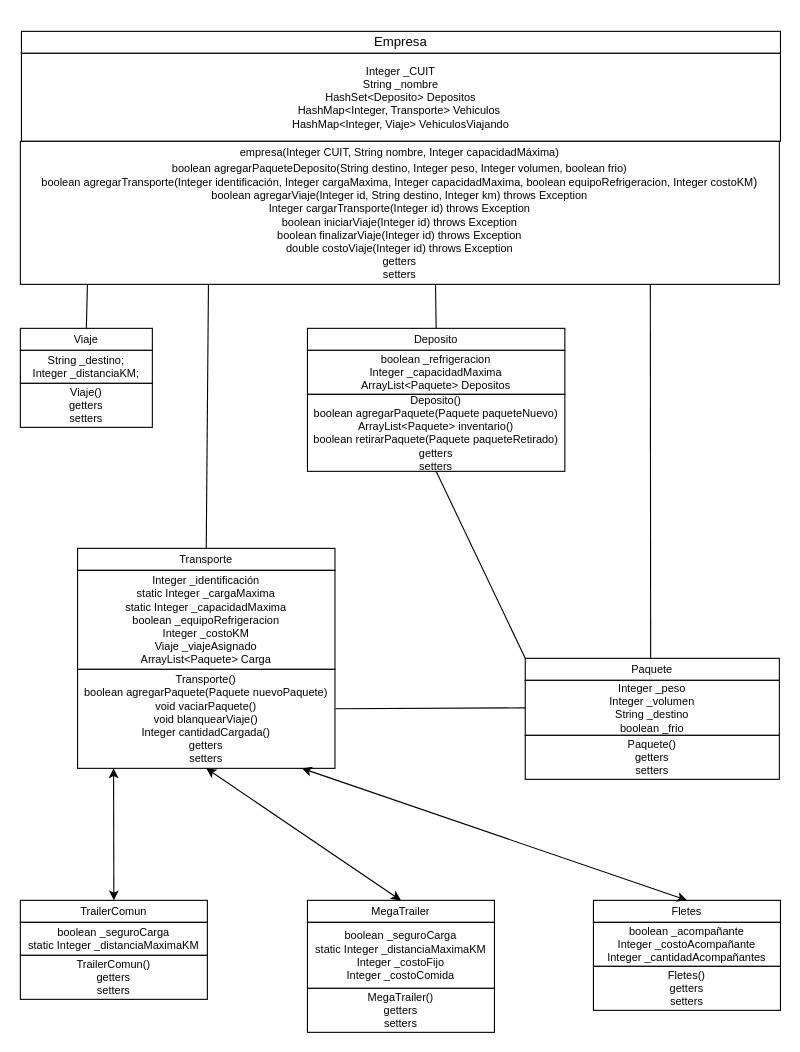
VeronAdrian/main keeps this draw.io diagram as Untitled Diagram.drawio. Above is the earlier version. Source tidied: cells renumbered, new cells numbered last; positions are measured from the earlier drawing's top-left corner, leaving out a move shared by most shapes. Both pictures are drawn from the tidied source at 110%, with x=0, y=0 at pixel (20, 31).
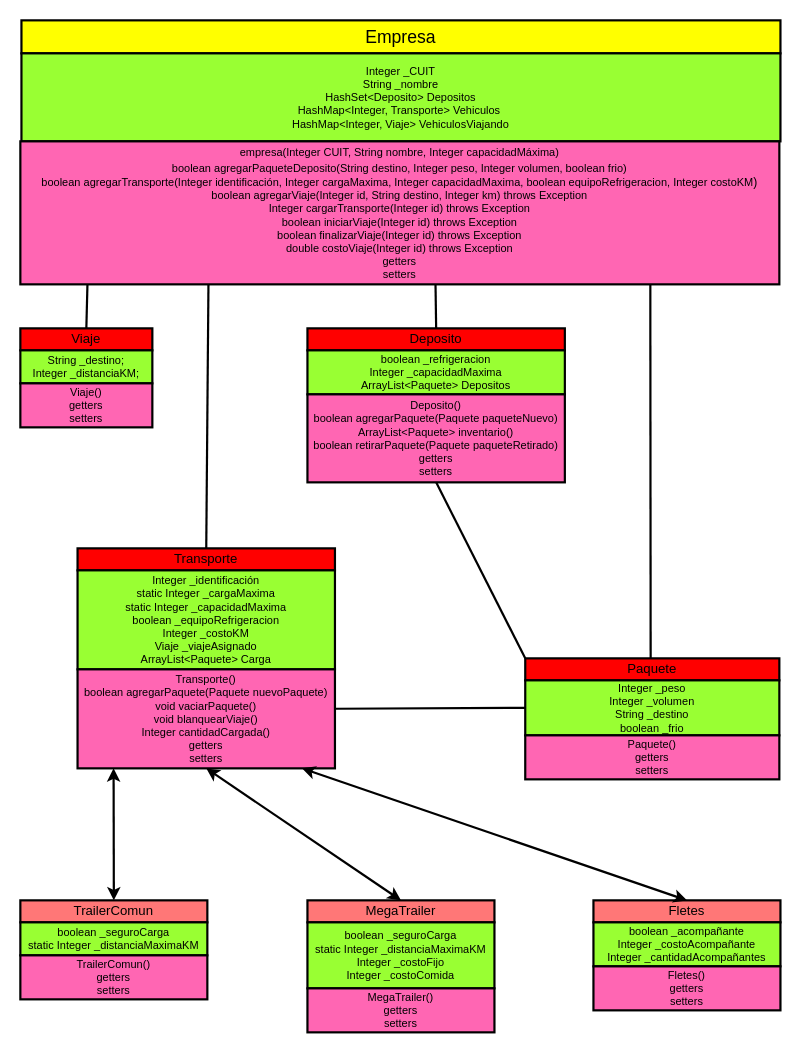
The same diagram, later.

What changed in the source:
```diff
@@
-    <mxCell id="2" value="Empresa" style="rounded=0;whiteSpace=wrap;html=1;" parent="1" vertex="1">
-      <mxGeometry x="1" width="690" height="20" as="geometry" />
+    <mxCell id="2" value="&lt;font style=&quot;font-size: 16px;&quot;&gt;Empresa&lt;/font&gt;" style="rounded=0;whiteSpace=wrap;html=1;fillColor=#FFFF00;strokeColor=default;strokeWidth=2;fontFamily=Helvetica;verticalAlign=middle;fontStyle=0;" parent="1" vertex="1">
+      <mxGeometry x="1" y="-10" width="690" height="30" as="geometry" />
     </mxCell>
-    <mxCell id="3" value="&lt;div style=&quot;font-size: 10px;&quot;&gt;&lt;font style=&quot;font-size: 10px;&quot;&gt;Integer _CUIT&lt;/font&gt;&lt;/div&gt;&lt;div style=&quot;font-size: 10px;&quot;&gt;&lt;font style=&quot;font-size: 10px;&quot;&gt;String _nombre&lt;/font&gt;&lt;/div&gt;&lt;div style=&quot;font-size: 10px;&quot;&gt;&lt;font style=&quot;font-size: 10px;&quot;&gt;&lt;span style=&quot;&quot;&gt;&#9;&lt;/span&gt;HashSet&amp;lt;Deposito&amp;gt; Depositos&lt;/font&gt;&lt;/div&gt;&lt;div style=&quot;font-size: 10px;&quot;&gt;&lt;font style=&quot;font-size: 10px;&quot;&gt;&lt;span style=&quot;&quot;&gt;&#9;&lt;/span&gt;HashMap&amp;lt;Integer, Transporte&amp;gt; Vehiculos&amp;nbsp;&lt;/font&gt;&lt;/div&gt;&lt;div style=&quot;font-size: 10px;&quot;&gt;&lt;font style=&quot;font-size: 10px;&quot;&gt;&#9;HashMap&amp;lt;Integer, Viaje&amp;gt; VehiculosViajando&lt;/font&gt;&lt;/div&gt;" style="rounded=0;whiteSpace=wrap;html=1;align=center;" parent="1" vertex="1">
+    <mxCell id="3" value="&lt;div style=&quot;font-size: 10px;&quot;&gt;&lt;font style=&quot;font-size: 10px;&quot;&gt;Integer _CUIT&lt;/font&gt;&lt;/div&gt;&lt;div style=&quot;font-size: 10px;&quot;&gt;&lt;font style=&quot;font-size: 10px;&quot;&gt;String _nombre&lt;/font&gt;&lt;/div&gt;&lt;div style=&quot;font-size: 10px;&quot;&gt;&lt;font style=&quot;font-size: 10px;&quot;&gt;&lt;span style=&quot;&quot;&gt; &lt;/span&gt;HashSet&amp;lt;Deposito&amp;gt; Depositos&lt;/font&gt;&lt;/div&gt;&lt;div style=&quot;font-size: 10px;&quot;&gt;&lt;font style=&quot;font-size: 10px;&quot;&gt;&lt;span style=&quot;&quot;&gt; &lt;/span&gt;HashMap&amp;lt;Integer, Transporte&amp;gt; Vehiculos&amp;nbsp;&lt;/font&gt;&lt;/div&gt;&lt;div style=&quot;font-size: 10px;&quot;&gt;&lt;font style=&quot;font-size: 10px;&quot;&gt; HashMap&amp;lt;Integer, Viaje&amp;gt; VehiculosViajando&lt;/font&gt;&lt;/div&gt;" style="rounded=0;whiteSpace=wrap;html=1;align=center;strokeWidth=2;fillColor=#99FF33;strokeColor=#000000;fontFamily=Helvetica;verticalAlign=middle;fontStyle=0;" parent="1" vertex="1">
       <mxGeometry x="1" y="20" width="690" height="80" as="geometry" />
     </mxCell>
-    <mxCell id="4" value="&lt;font style=&quot;font-size: 10px;&quot;&gt;&lt;span style=&quot;font-size: 10px;&quot;&gt;empresa(Integer CUIT, String nombre, Integer capacidadMáxima)&lt;/span&gt;&lt;br&gt;&lt;span style=&quot;font-size: 10px;&quot;&gt;boolean agregarPaqueteDeposito(String destino, Integer peso, Integer volumen, boolean frio)&lt;/span&gt;&lt;br&gt;&lt;div style=&quot;font-size: 10px;&quot;&gt;&lt;font style=&quot;background-color: initial;&quot;&gt;boolean agregarTransporte(Integer identificación, Integer cargaMaxima, Integer capacidadMaxima, boolean equipoRefrigeracion, Integer costoKM&lt;/font&gt;&lt;span style=&quot;background-color: initial; font-size: 11px;&quot;&gt;)&lt;/span&gt;&lt;/div&gt;&lt;div style=&quot;font-size: 10px;&quot;&gt;&lt;span style=&quot;background-color: initial;&quot;&gt;&lt;span style=&quot;&quot;&gt;boolean agregarViaje(Integer id, String destino, Integer km) throws Exception&lt;/span&gt;&lt;br&gt;&lt;/span&gt;&lt;/div&gt;&lt;div style=&quot;&quot;&gt;&lt;span style=&quot;background-color: initial;&quot;&gt;&lt;span style=&quot;&quot;&gt;Integer cargarTransporte(Integer id) throws Exception&lt;/span&gt;&lt;br&gt;&lt;/span&gt;&lt;/div&gt;&lt;div style=&quot;&quot;&gt;&lt;span style=&quot;background-color: initial;&quot;&gt;&lt;span style=&quot;&quot;&gt;boolean iniciarViaje(Integer id) throws Exception&lt;/span&gt;&lt;br&gt;&lt;/span&gt;&lt;/div&gt;&lt;div style=&quot;&quot;&gt;&lt;span style=&quot;background-color: initial;&quot;&gt;&lt;span style=&quot;&quot;&gt;boolean finalizarViaje(Integer id) throws Exception&lt;/span&gt;&lt;br&gt;&lt;/span&gt;&lt;/div&gt;&lt;div style=&quot;&quot;&gt;&lt;span style=&quot;background-color: initial;&quot;&gt;&lt;span style=&quot;&quot;&gt;double costoViaje(Integer id) throws Exception&lt;/span&gt;&lt;br&gt;&lt;/span&gt;&lt;/div&gt;&lt;div style=&quot;&quot;&gt;&lt;span style=&quot;background-color: initial;&quot;&gt;&lt;span style=&quot;&quot;&gt;getters&lt;/span&gt;&lt;/span&gt;&lt;/div&gt;&lt;div style=&quot;&quot;&gt;&lt;span style=&quot;background-color: initial;&quot;&gt;&lt;span style=&quot;&quot;&gt;setters&lt;/span&gt;&lt;/span&gt;&lt;/div&gt;&lt;/font&gt;" style="rounded=0;whiteSpace=wrap;html=1;" parent="1" vertex="1">
+    <mxCell id="4" value="&lt;font style=&quot;font-size: 10px;&quot;&gt;&lt;span style=&quot;font-size: 10px;&quot;&gt;empresa(Integer CUIT, String nombre, Integer capacidadMáxima)&lt;/span&gt;&lt;br&gt;&lt;span style=&quot;font-size: 10px;&quot;&gt;boolean agregarPaqueteDeposito(String destino, Integer peso, Integer volumen, boolean frio)&lt;/span&gt;&lt;br&gt;&lt;div style=&quot;font-size: 10px;&quot;&gt;&lt;font style=&quot;background-color: initial;&quot;&gt;boolean agregarTransporte(Integer identificación, Integer cargaMaxima, Integer capacidadMaxima, boolean equipoRefrigeracion, Integer costoKM&lt;/font&gt;&lt;span style=&quot;background-color: initial; font-size: 11px;&quot;&gt;)&lt;/span&gt;&lt;/div&gt;&lt;div style=&quot;font-size: 10px;&quot;&gt;&lt;span style=&quot;background-color: initial;&quot;&gt;&lt;span style=&quot;&quot;&gt;boolean agregarViaje(Integer id, String destino, Integer km) throws Exception&lt;/span&gt;&lt;br&gt;&lt;/span&gt;&lt;/div&gt;&lt;div style=&quot;&quot;&gt;&lt;span style=&quot;background-color: initial;&quot;&gt;&lt;span style=&quot;&quot;&gt;Integer cargarTransporte(Integer id) throws Exception&lt;/span&gt;&lt;br&gt;&lt;/span&gt;&lt;/div&gt;&lt;div style=&quot;&quot;&gt;&lt;span style=&quot;background-color: initial;&quot;&gt;&lt;span style=&quot;&quot;&gt;boolean iniciarViaje(Integer id) throws Exception&lt;/span&gt;&lt;br&gt;&lt;/span&gt;&lt;/div&gt;&lt;div style=&quot;&quot;&gt;&lt;span style=&quot;background-color: initial;&quot;&gt;&lt;span style=&quot;&quot;&gt;boolean finalizarViaje(Integer id) throws Exception&lt;/span&gt;&lt;br&gt;&lt;/span&gt;&lt;/div&gt;&lt;div style=&quot;&quot;&gt;&lt;span style=&quot;background-color: initial;&quot;&gt;&lt;span style=&quot;&quot;&gt;double costoViaje(Integer id) throws Exception&lt;/span&gt;&lt;br&gt;&lt;/span&gt;&lt;/div&gt;&lt;div style=&quot;&quot;&gt;&lt;span style=&quot;background-color: initial;&quot;&gt;&lt;span style=&quot;&quot;&gt;getters&lt;/span&gt;&lt;/span&gt;&lt;/div&gt;&lt;div style=&quot;&quot;&gt;&lt;span style=&quot;background-color: initial;&quot;&gt;&lt;span style=&quot;&quot;&gt;setters&lt;/span&gt;&lt;/span&gt;&lt;/div&gt;&lt;/font&gt;" style="rounded=0;whiteSpace=wrap;html=1;strokeWidth=2;fillColor=#FF66B3;strokeColor=#000000;fontFamily=Helvetica;verticalAlign=middle;fontStyle=0;" parent="1" vertex="1">
       <mxGeometry y="100" width="690" height="130" as="geometry" />
     </mxCell>
-    <mxCell id="5" value="Transporte" style="rounded=0;whiteSpace=wrap;html=1;fontSize=10;" parent="1" vertex="1">
+    <mxCell id="5" value="Transporte" style="rounded=0;whiteSpace=wrap;html=1;fontSize=12;fillColor=#FF0000;strokeColor=#000000;strokeWidth=2;fontFamily=Helvetica;verticalAlign=middle;fontStyle=0;" parent="1" vertex="1">
       <mxGeometry x="52" y="470" width="234" height="20" as="geometry" />
     </mxCell>
-    <mxCell id="6" value="&lt;div&gt;Integer _identificación&lt;/div&gt;&lt;div&gt;static Integer _cargaMaxima&lt;/div&gt;&lt;div&gt;static Integer _capacidadMaxima&lt;/div&gt;&lt;div&gt;boolean _equipoRefrigeracion&lt;/div&gt;&lt;div&gt;Integer _costoKM&lt;/div&gt;&lt;div&gt;Viaje _viajeAsignado&lt;/div&gt;&lt;div&gt;ArrayList&amp;lt;Paquete&amp;gt; Carga&lt;/div&gt;" style="rounded=0;whiteSpace=wrap;html=1;fontSize=10;" parent="1" vertex="1">
+    <mxCell id="6" value="&lt;div&gt;Integer _identificación&lt;/div&gt;&lt;div&gt;static Integer _cargaMaxima&lt;/div&gt;&lt;div&gt;static Integer _capacidadMaxima&lt;/div&gt;&lt;div&gt;boolean _equipoRefrigeracion&lt;/div&gt;&lt;div&gt;Integer _costoKM&lt;/div&gt;&lt;div&gt;Viaje _viajeAsignado&lt;/div&gt;&lt;div&gt;ArrayList&amp;lt;Paquete&amp;gt; Carga&lt;/div&gt;" style="rounded=0;whiteSpace=wrap;html=1;fontSize=10;strokeWidth=2;fillColor=#99FF33;strokeColor=#000000;fontFamily=Helvetica;verticalAlign=middle;fontStyle=0;" parent="1" vertex="1">
       <mxGeometry x="52" y="490" width="234" height="90" as="geometry" />
     </mxCell>
-    <mxCell id="7" value="Transporte()&lt;br&gt;boolean agregarPaquete(Paquete nuevoPaquete)&lt;br&gt;void vaciarPaquete()&lt;br&gt;void blanquearViaje()&lt;br&gt;Integer cantidadCargada()&lt;br&gt;getters&lt;br&gt;setters" style="rounded=0;whiteSpace=wrap;html=1;fontSize=10;" parent="1" vertex="1">
+    <mxCell id="7" value="Transporte()&lt;br&gt;boolean agregarPaquete(Paquete nuevoPaquete)&lt;br&gt;void vaciarPaquete()&lt;br&gt;void blanquearViaje()&lt;br&gt;Integer cantidadCargada()&lt;br&gt;getters&lt;br&gt;setters" style="rounded=0;whiteSpace=wrap;html=1;fontSize=10;strokeWidth=2;fillColor=#FF66B3;strokeColor=#000000;fontFamily=Helvetica;verticalAlign=middle;fontStyle=0;" parent="1" vertex="1">
       <mxGeometry x="52" y="580" width="234" height="90" as="geometry" />
     </mxCell>
-    <mxCell id="8" style="endArrow=none;html=1;rounded=0;fontSize=10;exitX=0.5;exitY=0;exitDx=0;exitDy=0;" parent="1" edge="1" source="5">
+    <mxCell id="8" style="endArrow=none;html=1;rounded=0;fontSize=10;exitX=0.5;exitY=0;exitDx=0;exitDy=0;strokeWidth=2;fontFamily=Helvetica;verticalAlign=middle;fontStyle=0;" parent="1" edge="1" source="5">
       <mxGeometry relative="1" as="geometry">
         <mxPoint x="171" y="230" as="targetPoint" />
       </mxGeometry>
     </mxCell>
-    <mxCell id="9" value="TrailerComun" style="rounded=0;whiteSpace=wrap;html=1;fontSize=10;" parent="1" vertex="1">
+    <mxCell id="9" value="TrailerComun" style="rounded=0;whiteSpace=wrap;html=1;fontSize=12;strokeWidth=2;fillColor=#FF7777;fontFamily=Helvetica;verticalAlign=middle;fontStyle=0;" parent="1" vertex="1">
       <mxGeometry y="790" width="170" height="20" as="geometry" />
     </mxCell>
-    <mxCell id="10" value="boolean _seguroCarga&lt;br&gt;static Integer _distanciaMaximaKM" style="rounded=0;whiteSpace=wrap;html=1;fontSize=10;" parent="1" vertex="1">
+    <mxCell id="10" value="boolean _seguroCarga&lt;br&gt;static Integer _distanciaMaximaKM" style="rounded=0;whiteSpace=wrap;html=1;fontSize=10;strokeWidth=2;fillColor=#99FF33;strokeColor=#000000;fontFamily=Helvetica;verticalAlign=middle;fontStyle=0;" parent="1" vertex="1">
       <mxGeometry y="810" width="170" height="30" as="geometry" />
     </mxCell>
-    <mxCell id="11" value="TrailerComun()&lt;br&gt;getters&lt;br&gt;setters" style="rounded=0;whiteSpace=wrap;html=1;fontSize=10;" parent="1" vertex="1">
+    <mxCell id="11" value="TrailerComun()&lt;br&gt;getters&lt;br&gt;setters" style="rounded=0;whiteSpace=wrap;html=1;fontSize=10;strokeWidth=2;fillColor=#FF66B3;strokeColor=#000000;fontFamily=Helvetica;verticalAlign=middle;fontStyle=0;" parent="1" vertex="1">
       <mxGeometry y="840" width="170" height="40" as="geometry" />
     </mxCell>
-    <mxCell id="12" value="MegaTrailer" style="rounded=0;whiteSpace=wrap;html=1;fontSize=10;" parent="1" vertex="1">
+    <mxCell id="12" value="MegaTrailer" style="rounded=0;whiteSpace=wrap;html=1;fontSize=12;strokeWidth=2;fillColor=#FF7777;fontFamily=Helvetica;verticalAlign=middle;fontStyle=0;" parent="1" vertex="1">
       <mxGeometry x="261" y="790" width="170" height="20" as="geometry" />
     </mxCell>
-    <mxCell id="13" value="&lt;div&gt;boolean _seguroCarga&lt;/div&gt;&lt;div&gt;static Integer _distanciaMaximaKM&lt;/div&gt;&lt;div&gt;Integer _costoFijo&lt;/div&gt;&lt;div&gt;Integer _costoComida&lt;/div&gt;" style="rounded=0;whiteSpace=wrap;html=1;fontSize=10;" parent="1" vertex="1">
+    <mxCell id="13" value="&lt;div&gt;boolean _seguroCarga&lt;/div&gt;&lt;div&gt;static Integer _distanciaMaximaKM&lt;/div&gt;&lt;div&gt;Integer _costoFijo&lt;/div&gt;&lt;div&gt;Integer _costoComida&lt;/div&gt;" style="rounded=0;whiteSpace=wrap;html=1;fontSize=10;strokeWidth=2;fillColor=#99FF33;strokeColor=#000000;fontFamily=Helvetica;verticalAlign=middle;fontStyle=0;" parent="1" vertex="1">
       <mxGeometry x="261" y="810" width="170" height="60" as="geometry" />
     </mxCell>
-    <mxCell id="14" value="MegaTrailer()&lt;br&gt;getters&lt;br&gt;setters" style="rounded=0;whiteSpace=wrap;html=1;fontSize=10;" parent="1" vertex="1">
+    <mxCell id="14" value="MegaTrailer()&lt;br&gt;getters&lt;br&gt;setters" style="rounded=0;whiteSpace=wrap;html=1;fontSize=10;strokeWidth=2;fillColor=#FF66B3;strokeColor=#000000;fontFamily=Helvetica;verticalAlign=middle;fontStyle=0;" parent="1" vertex="1">
       <mxGeometry x="261" y="870" width="170" height="40" as="geometry" />
     </mxCell>
-    <mxCell id="15" value="Fletes" style="rounded=0;whiteSpace=wrap;html=1;fontSize=10;" parent="1" vertex="1">
+    <mxCell id="15" value="Fletes" style="rounded=0;whiteSpace=wrap;html=1;fontSize=12;strokeWidth=2;fillColor=#FF7777;fontFamily=Helvetica;verticalAlign=middle;fontStyle=0;" parent="1" vertex="1">
       <mxGeometry x="521" y="790" width="170" height="20" as="geometry" />
     </mxCell>
-    <mxCell id="16" value="&lt;div&gt;boolean _acompañante&lt;/div&gt;&lt;div&gt;Integer _costoAcompañante&lt;/div&gt;&lt;div&gt;Integer _cantidadAcompañantes&lt;/div&gt;" style="rounded=0;whiteSpace=wrap;html=1;fontSize=10;" parent="1" vertex="1">
+    <mxCell id="16" value="&lt;div&gt;boolean _acompañante&lt;/div&gt;&lt;div&gt;Integer _costoAcompañante&lt;/div&gt;&lt;div&gt;Integer _cantidadAcompañantes&lt;/div&gt;" style="rounded=0;whiteSpace=wrap;html=1;fontSize=10;strokeWidth=2;fillColor=#99FF33;strokeColor=#000000;fontFamily=Helvetica;verticalAlign=middle;fontStyle=0;" parent="1" vertex="1">
       <mxGeometry x="521" y="810" width="170" height="40" as="geometry" />
     </mxCell>
-    <mxCell id="17" value="Fletes()&lt;br&gt;getters&lt;br&gt;setters" style="rounded=0;whiteSpace=wrap;html=1;fontSize=10;" parent="1" vertex="1">
+    <mxCell id="17" value="Fletes()&lt;br&gt;getters&lt;br&gt;setters" style="rounded=0;whiteSpace=wrap;html=1;fontSize=10;strokeWidth=2;fillColor=#FF66B3;strokeColor=#000000;fontFamily=Helvetica;verticalAlign=middle;fontStyle=0;" parent="1" vertex="1">
       <mxGeometry x="521" y="850" width="170" height="40" as="geometry" />
     </mxCell>
-    <mxCell id="18" style="endArrow=classic;startArrow=classic;html=1;rounded=0;fontSize=10;exitX=0.5;exitY=0;exitDx=0;exitDy=0;entryX=0.5;entryY=1;entryDx=0;entryDy=0;" parent="1" edge="1" source="12" target="7">
+    <mxCell id="18" style="endArrow=classic;startArrow=classic;html=1;rounded=0;fontSize=10;exitX=0.5;exitY=0;exitDx=0;exitDy=0;entryX=0.5;entryY=1;entryDx=0;entryDy=0;strokeWidth=2;fontFamily=Helvetica;verticalAlign=middle;fontStyle=0;" parent="1" edge="1" source="12" target="7">
       <mxGeometry relative="1" as="geometry" />
     </mxCell>
-    <mxCell id="19" style="endArrow=classic;startArrow=classic;html=1;rounded=0;fontSize=10;exitX=0.5;exitY=0;exitDx=0;exitDy=0;" parent="1" edge="1" source="15">
+    <mxCell id="19" style="endArrow=classic;startArrow=classic;html=1;rounded=0;fontSize=10;exitX=0.5;exitY=0;exitDx=0;exitDy=0;strokeWidth=2;fontFamily=Helvetica;verticalAlign=middle;fontStyle=0;" parent="1" edge="1" source="15">
       <mxGeometry relative="1" as="geometry">
         <mxPoint x="256" y="670" as="targetPoint" />
       </mxGeometry>
     </mxCell>
-    <mxCell id="20" style="endArrow=classic;startArrow=classic;html=1;rounded=0;fontSize=10;entryX=0.14;entryY=1;entryDx=0;entryDy=0;entryPerimeter=0;exitX=0.5;exitY=0;exitDx=0;exitDy=0;" parent="1" edge="1" source="9" target="7">
+    <mxCell id="20" style="endArrow=classic;startArrow=classic;html=1;rounded=0;fontSize=10;entryX=0.14;entryY=1;entryDx=0;entryDy=0;entryPerimeter=0;exitX=0.5;exitY=0;exitDx=0;exitDy=0;strokeWidth=2;fontFamily=Helvetica;verticalAlign=middle;fontStyle=0;" parent="1" edge="1" source="9" target="7">
       <mxGeometry relative="1" as="geometry" />
     </mxCell>
-    <mxCell id="21" value="Viaje" style="rounded=0;whiteSpace=wrap;html=1;fontSize=10;" parent="1" vertex="1">
+    <mxCell id="21" value="Viaje" style="rounded=0;whiteSpace=wrap;html=1;fontSize=12;fillColor=#FF0000;strokeColor=#000000;strokeWidth=2;fontFamily=Helvetica;verticalAlign=middle;fontStyle=0;" parent="1" vertex="1">
       <mxGeometry y="270" width="120" height="20" as="geometry" />
     </mxCell>
-    <mxCell id="22" value="&lt;div&gt;String _destino;&lt;/div&gt;&lt;div&gt;Integer _distanciaKM;&lt;/div&gt;" style="rounded=0;whiteSpace=wrap;html=1;fontSize=10;" parent="1" vertex="1">
+    <mxCell id="22" value="&lt;div&gt;String _destino;&lt;/div&gt;&lt;div&gt;Integer _distanciaKM;&lt;/div&gt;" style="rounded=0;whiteSpace=wrap;html=1;fontSize=10;strokeWidth=2;fillColor=#99FF33;strokeColor=#000000;fontFamily=Helvetica;verticalAlign=middle;fontStyle=0;" parent="1" vertex="1">
       <mxGeometry y="290" width="120" height="30" as="geometry" />
     </mxCell>
-    <mxCell id="23" value="Viaje()&lt;br&gt;getters&lt;br&gt;setters" style="rounded=0;whiteSpace=wrap;html=1;fontSize=10;" parent="1" vertex="1">
+    <mxCell id="23" value="Viaje()&lt;br&gt;getters&lt;br&gt;setters" style="rounded=0;whiteSpace=wrap;html=1;fontSize=10;strokeWidth=2;fillColor=#FF66B3;strokeColor=#000000;fontFamily=Helvetica;verticalAlign=middle;fontStyle=0;" parent="1" vertex="1">
       <mxGeometry y="320" width="120" height="40" as="geometry" />
     </mxCell>
-    <mxCell id="24" style="endArrow=none;html=1;rounded=0;fontSize=10;" parent="1" edge="1">
+    <mxCell id="24" style="endArrow=none;html=1;rounded=0;fontSize=10;strokeWidth=2;fontFamily=Helvetica;verticalAlign=middle;fontStyle=0;" parent="1" edge="1">
       <mxGeometry relative="1" as="geometry">
         <mxPoint x="60" y="270" as="sourcePoint" />
         <mxPoint x="61" y="230" as="targetPoint" />
       </mxGeometry>
     </mxCell>
-    <mxCell id="25" value="Paquete" style="rounded=0;whiteSpace=wrap;html=1;fontSize=10;" parent="1" vertex="1">
+    <mxCell id="25" value="Paquete" style="rounded=0;whiteSpace=wrap;html=1;fontSize=12;fillColor=#FF0000;strokeColor=#000000;strokeWidth=2;fontFamily=Helvetica;verticalAlign=middle;fontStyle=0;" parent="1" vertex="1">
       <mxGeometry x="459" y="570" width="231" height="20" as="geometry" />
     </mxCell>
-    <mxCell id="26" value="&lt;div&gt;Integer _peso&lt;/div&gt;&lt;div&gt;Integer _volumen&lt;/div&gt;&lt;div&gt;String _destino&lt;/div&gt;&lt;div&gt;boolean _frio&lt;/div&gt;" style="rounded=0;whiteSpace=wrap;html=1;fontSize=10;" parent="1" vertex="1">
+    <mxCell id="26" value="&lt;div&gt;Integer _peso&lt;/div&gt;&lt;div&gt;Integer _volumen&lt;/div&gt;&lt;div&gt;String _destino&lt;/div&gt;&lt;div&gt;boolean _frio&lt;/div&gt;" style="rounded=0;whiteSpace=wrap;html=1;fontSize=10;strokeWidth=2;fillColor=#99FF33;strokeColor=#000000;fontFamily=Helvetica;verticalAlign=middle;fontStyle=0;" parent="1" vertex="1">
       <mxGeometry x="459" y="590" width="231" height="50" as="geometry" />
     </mxCell>
-    <mxCell id="27" value="Paquete()&lt;br&gt;getters&lt;br&gt;setters" style="rounded=0;whiteSpace=wrap;html=1;fontSize=10;" parent="1" vertex="1">
+    <mxCell id="27" value="Paquete()&lt;br&gt;getters&lt;br&gt;setters" style="rounded=0;whiteSpace=wrap;html=1;fontSize=10;strokeWidth=2;fillColor=#FF66B3;strokeColor=#000000;fontFamily=Helvetica;verticalAlign=middle;fontStyle=0;" parent="1" vertex="1">
       <mxGeometry x="459" y="640" width="231" height="40" as="geometry" />
     </mxCell>
-    <mxCell id="28" style="endArrow=none;html=1;rounded=0;fontSize=10;exitX=0.83;exitY=1;exitDx=0;exitDy=0;exitPerimeter=0;" parent="1" edge="1" source="4">
+    <mxCell id="28" style="endArrow=none;html=1;rounded=0;fontSize=10;exitX=0.83;exitY=1;exitDx=0;exitDy=0;exitPerimeter=0;strokeWidth=2;fontFamily=Helvetica;verticalAlign=middle;fontStyle=0;" parent="1" edge="1" source="4">
       <mxGeometry relative="1" as="geometry">
         <mxPoint x="573" y="570" as="targetPoint" />
       </mxGeometry>
     </mxCell>
-    <mxCell id="29" style="endArrow=none;html=1;rounded=0;fontSize=10;entryX=0;entryY=0.5;entryDx=0;entryDy=0;exitX=1.002;exitY=0.398;exitDx=0;exitDy=0;exitPerimeter=0;" parent="1" edge="1" source="7" target="26">
+    <mxCell id="29" style="endArrow=none;html=1;rounded=0;fontSize=10;entryX=0;entryY=0.5;entryDx=0;entryDy=0;exitX=1.002;exitY=0.398;exitDx=0;exitDy=0;exitPerimeter=0;strokeWidth=2;fontFamily=Helvetica;verticalAlign=middle;fontStyle=0;" parent="1" edge="1" source="7" target="26">
       <mxGeometry relative="1" as="geometry" />
     </mxCell>
-    <mxCell id="30" value="Deposito" style="rounded=0;whiteSpace=wrap;html=1;fontSize=10;" parent="1" vertex="1">
+    <mxCell id="30" value="Deposito" style="rounded=0;whiteSpace=wrap;html=1;fontSize=12;fillColor=#FF0000;strokeColor=#000000;strokeWidth=2;fontFamily=Helvetica;verticalAlign=middle;fontStyle=0;" parent="1" vertex="1">
       <mxGeometry x="261" y="270" width="234" height="20" as="geometry" />
     </mxCell>
-    <mxCell id="31" value="&lt;div&gt;boolean _refrigeracion&lt;/div&gt;&lt;div&gt;Integer _capacidadMaxima&lt;/div&gt;&lt;div&gt;ArrayList&amp;lt;Paquete&amp;gt; Depositos&lt;/div&gt;" style="rounded=0;whiteSpace=wrap;html=1;fontSize=10;" parent="1" vertex="1">
+    <mxCell id="31" value="&lt;div&gt;boolean _refrigeracion&lt;/div&gt;&lt;div&gt;Integer _capacidadMaxima&lt;/div&gt;&lt;div&gt;ArrayList&amp;lt;Paquete&amp;gt; Depositos&lt;/div&gt;" style="rounded=0;whiteSpace=wrap;html=1;fontSize=10;strokeWidth=2;fillColor=#99FF33;strokeColor=#000000;fontFamily=Helvetica;verticalAlign=middle;fontStyle=0;" parent="1" vertex="1">
       <mxGeometry x="261" y="290" width="234" height="40" as="geometry" />
     </mxCell>
-    <mxCell id="32" value="Deposito()&lt;br&gt;boolean agregarPaquete(Paquete paqueteNuevo)&lt;br&gt;ArrayList&amp;lt;Paquete&amp;gt; inventario()&lt;br&gt;boolean retirarPaquete(Paquete paqueteRetirado)&lt;br&gt;getters&lt;br&gt;setters" style="rounded=0;whiteSpace=wrap;html=1;fontSize=10;" parent="1" vertex="1">
-      <mxGeometry x="261" y="330" width="234" height="70" as="geometry" />
+    <mxCell id="32" value="Deposito()&lt;br&gt;boolean agregarPaquete(Paquete paqueteNuevo)&lt;br&gt;ArrayList&amp;lt;Paquete&amp;gt; inventario()&lt;br&gt;boolean retirarPaquete(Paquete paqueteRetirado)&lt;br&gt;getters&lt;br&gt;setters" style="rounded=0;whiteSpace=wrap;html=1;fontSize=10;strokeWidth=2;fillColor=#FF66B3;strokeColor=#000000;fontFamily=Helvetica;verticalAlign=middle;fontStyle=0;" parent="1" vertex="1">
+      <mxGeometry x="261" y="330" width="234" height="80" as="geometry" />
     </mxCell>
-    <mxCell id="33" style="endArrow=none;html=1;rounded=0;fontSize=10;entryX=0.5;entryY=0;entryDx=0;entryDy=0;exitX=0.547;exitY=1.003;exitDx=0;exitDy=0;exitPerimeter=0;" parent="1" edge="1" source="4" target="30">
+    <mxCell id="33" style="endArrow=none;html=1;rounded=0;fontSize=10;entryX=0.5;entryY=0;entryDx=0;entryDy=0;exitX=0.547;exitY=1.003;exitDx=0;exitDy=0;exitPerimeter=0;strokeWidth=2;fontFamily=Helvetica;verticalAlign=middle;fontStyle=0;" parent="1" edge="1" source="4" target="30">
       <mxGeometry relative="1" as="geometry" />
     </mxCell>
-    <mxCell id="34" style="endArrow=none;html=1;rounded=0;fontSize=10;entryX=0.5;entryY=1;entryDx=0;entryDy=0;exitX=0;exitY=0;exitDx=0;exitDy=0;" parent="1" edge="1" source="25" target="32">
+    <mxCell id="34" style="endArrow=none;html=1;rounded=0;fontSize=10;entryX=0.5;entryY=1;entryDx=0;entryDy=0;exitX=0;exitY=0;exitDx=0;exitDy=0;strokeWidth=2;fontFamily=Helvetica;verticalAlign=middle;fontStyle=0;" parent="1" edge="1" source="25" target="32">
       <mxGeometry relative="1" as="geometry" />
     </mxCell>
```
